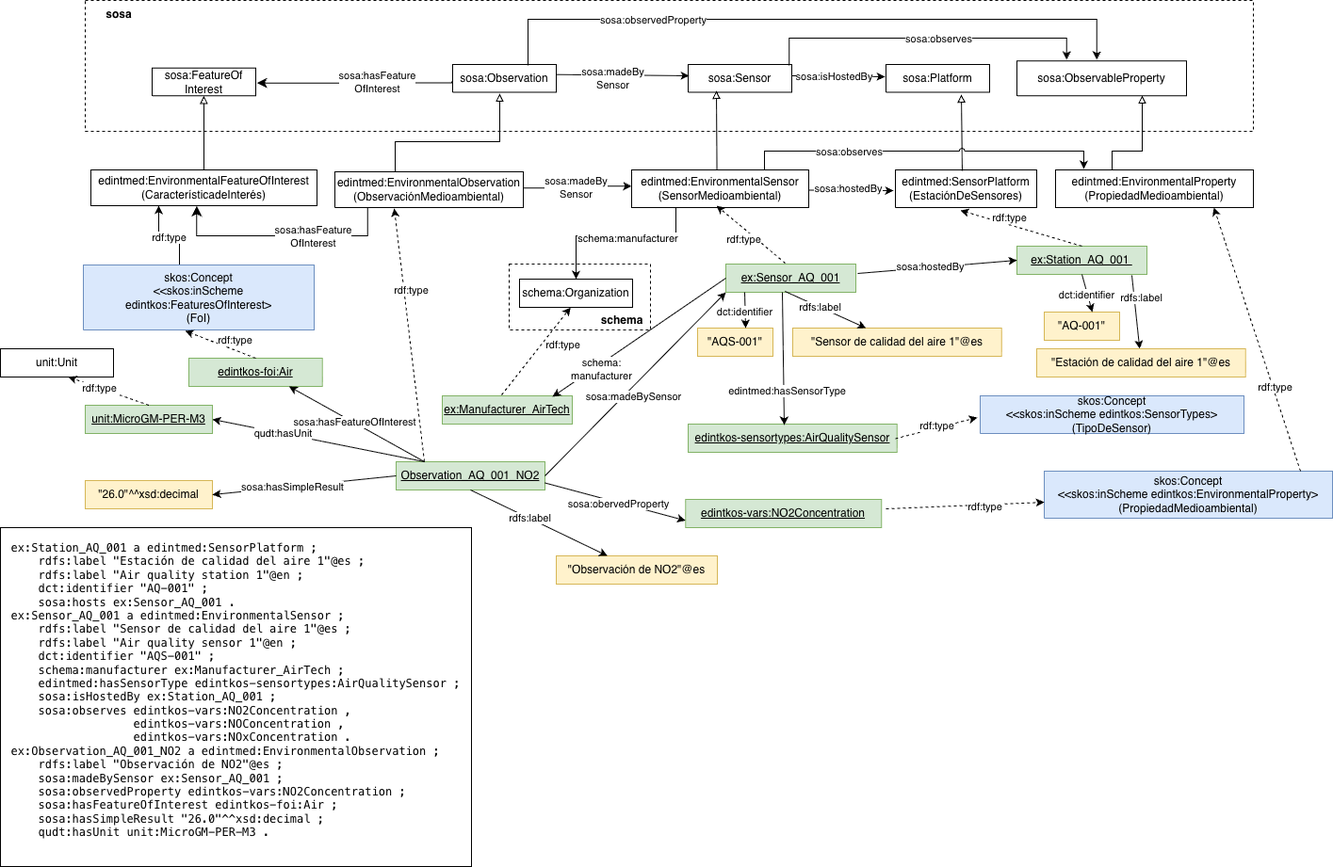
The draw.io diagram diagrams/diagram.png in EDINT-Ontologia/edint-ontologia-calidad-aire, before a commit. Source tidied: cells renumbered, new cells last; positions are measured from the earlier drawing's top-left corner, leaving out a move shared by most shapes.
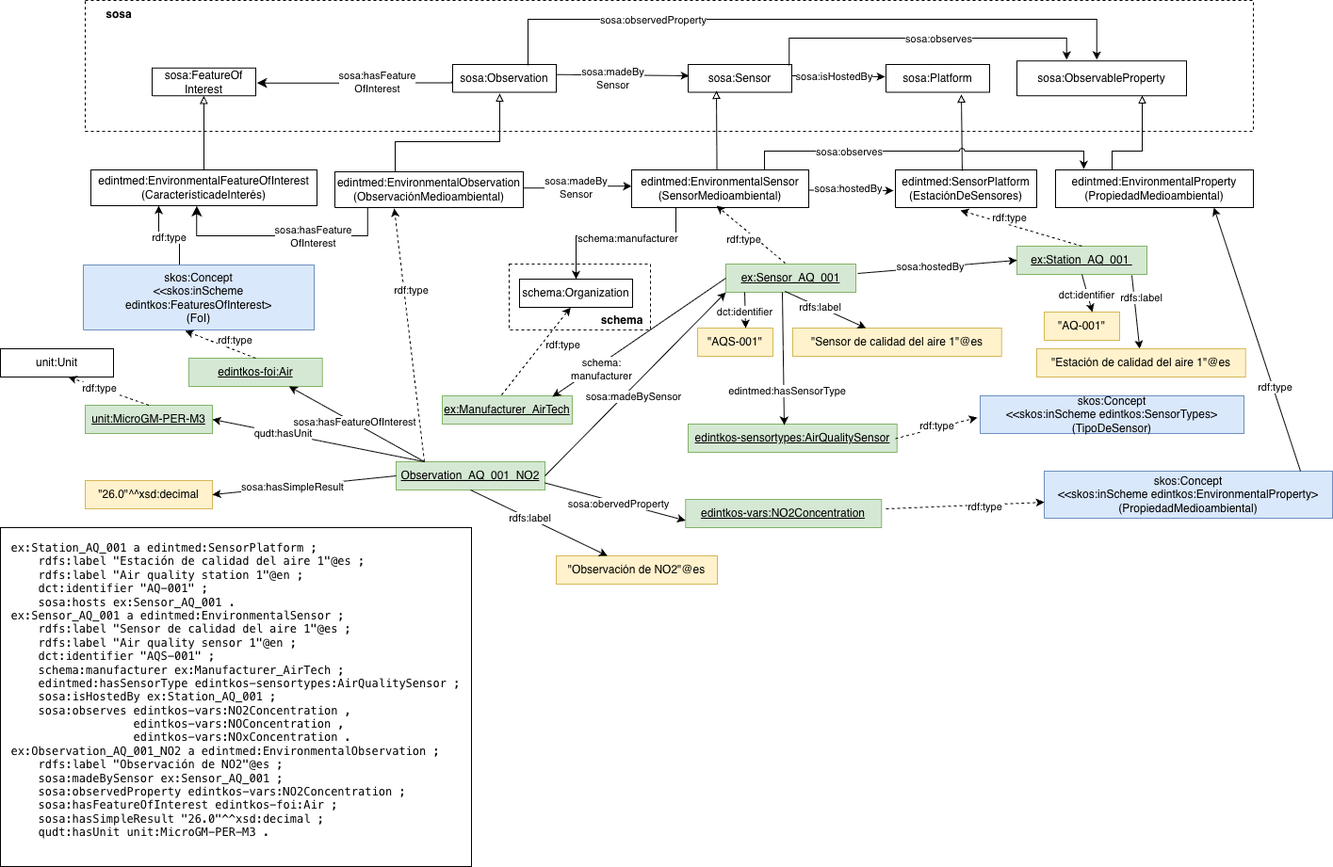
Later version of the same file.

What changed in the source:
```diff
@@ -424,7 +424,7 @@
         <mxPoint x="12" y="1" as="offset" />
       </mxGeometry>
     </mxCell>
-    <mxCell id="104" style="endArrow=classic;html=1;rounded=0;entryX=0.8;entryY=1;entryDx=0;entryDy=0;dashed=1;" parent="1" edge="1" target="28">
+    <mxCell id="104" style="endArrow=classic;html=1;rounded=0;entryX=0.8;entryY=1;entryDx=0;entryDy=0;" parent="1" edge="1" target="28">
       <mxGeometry relative="1" as="geometry">
         <mxPoint x="1380" y="500" as="sourcePoint" />
       </mxGeometry>
```
